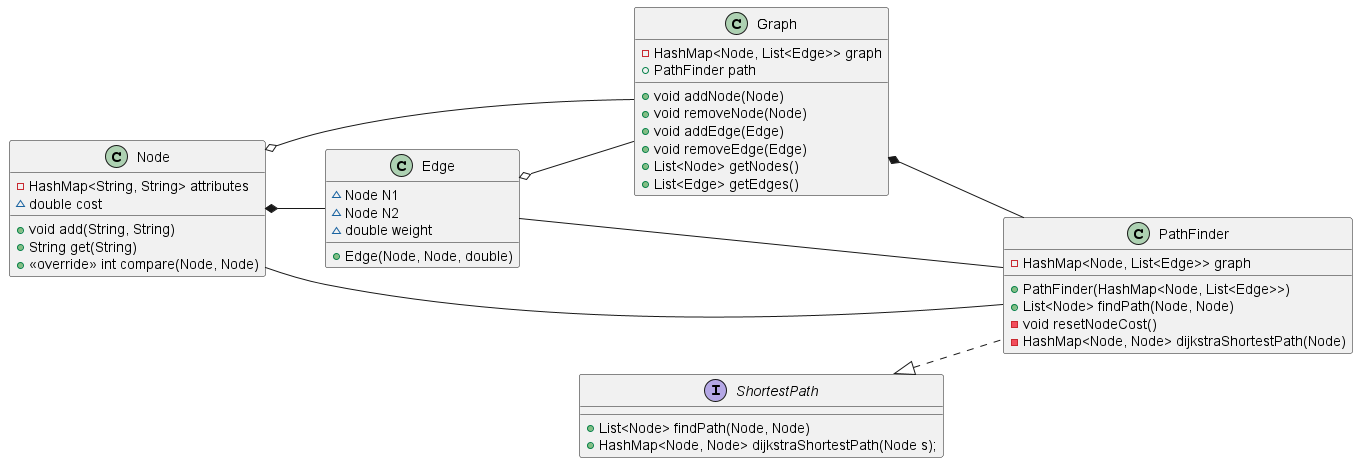
The PlantUML diagram diagrams/uml/pathfinder.png in AliMVirk/Island-Mesh-Generator, before a commit.
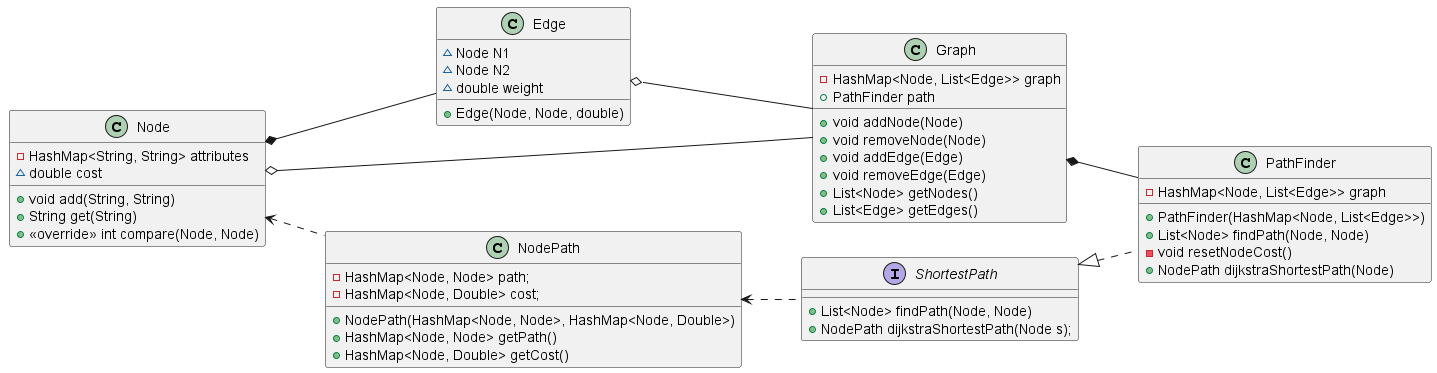
Later version of the same file.

Commit message:
Update pathfinder class diagram

The edit, as a diff of the source:
```diff
@@ -32,12 +32,20 @@
     +PathFinder(HashMap<Node, List<Edge>>)
     +List<Node> findPath(Node, Node)
     -void resetNodeCost()
-    -HashMap<Node, Node> dijkstraShortestPath(Node)
+    +NodePath dijkstraShortestPath(Node)
 }
 
 interface ShortestPath {
     +List<Node> findPath(Node, Node)
-    +HashMap<Node, Node> dijkstraShortestPath(Node s);
+    +NodePath dijkstraShortestPath(Node s);
+}
+
+class NodePath {
+    -HashMap<Node, Node> path;
+    -HashMap<Node, Double> cost;
+    +NodePath(HashMap<Node, Node>, HashMap<Node, Double>)
+    +HashMap<Node, Node> getPath()
+    +HashMap<Node, Double> getCost()
 }
 
 Node o-- Graph
@@ -45,7 +53,8 @@
 ShortestPath <|.. PathFinder
 Node *-- Edge
 Graph *-- PathFinder
-Node -- PathFinder
-Edge -- PathFinder
+
+Node <.. NodePath
+NodePath <.. ShortestPath
 
 @enduml
```
